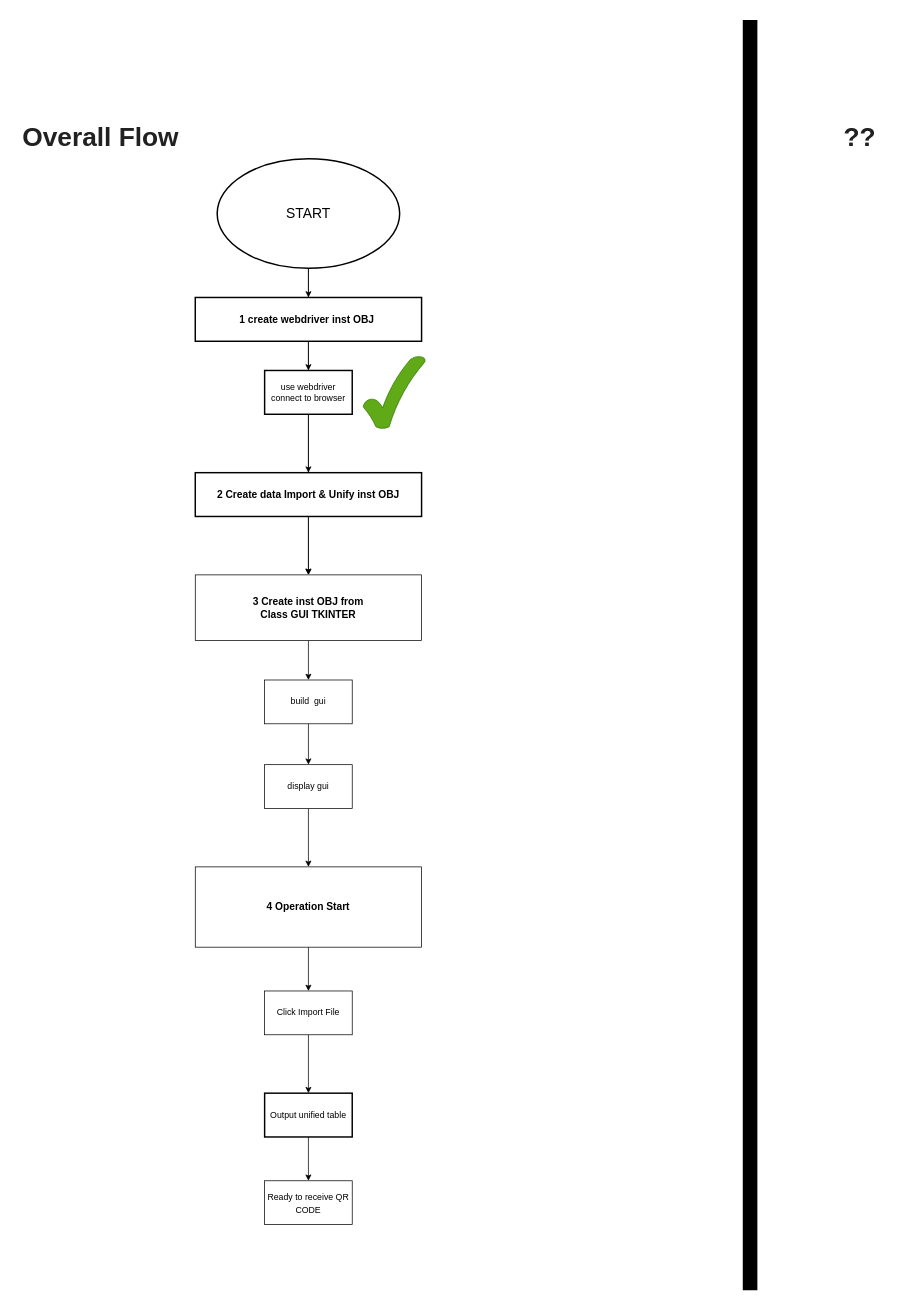
Before: projects/auto_sn/flowchart.drawio in iHaveNoKnowledge/Python, a draw.io diagram. Source tidied: cells renumbered, new cells numbered last; positions are measured from the earlier drawing's top-left corner, leaving out a move shared by most shapes. Both pictures are drawn from the tidied source at 73%, with x=0, y=0 at pixel (12, 20).
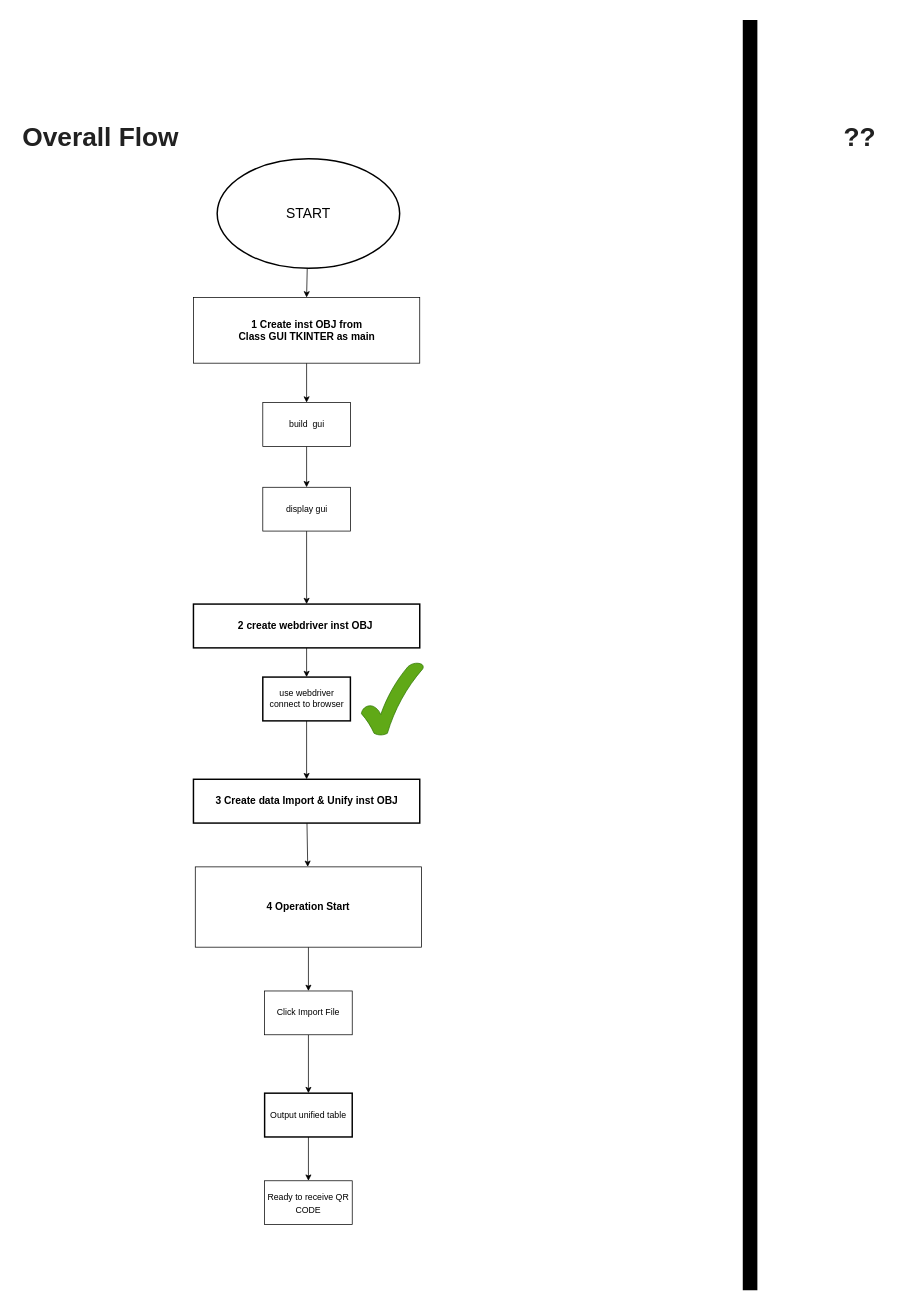
The same diagram, later.

The change refers to these unchanged cells:
```xml
<mxCell id="4" value="&lt;font style=&quot;font-size: 19px;&quot;&gt;START&lt;/font&gt;" style="strokeWidth=2;html=1;shape=mxgraph.flowchart.start_1;whiteSpace=wrap;" parent="1" vertex="1">
  <mxGeometry x="280" y="190" width="250" height="150" as="geometry" />
</mxCell>
<mxCell id="12" value="&lt;font style=&quot;font-size: 14px;&quot;&gt;&lt;b&gt;4 Operation Start&lt;/b&gt;&lt;/font&gt;" style="whiteSpace=wrap;html=1;rounded=0;" parent="1" vertex="1">
  <mxGeometry x="250" y="1160" width="310" height="110" as="geometry" />
</mxCell>
```

The edit, as a diff of the source:
```diff
@@
-    <mxCell id="2" style="edgeStyle=none;html=1;entryX=0.5;entryY=0;entryDx=0;entryDy=0;" parent="1" edge="1" source="4" target="6">
+    <mxCell id="2" style="edgeStyle=none;html=1;entryX=0.5;entryY=0;entryDx=0;entryDy=0;strokeColor=#000000;" parent="1" edge="1" source="4" target="6">
       <mxGeometry relative="1" as="geometry" />
     </mxCell>
-    <mxCell id="3" style="edgeStyle=none;html=1;strokeColor=#000000;" parent="1" edge="1" source="4" target="14">
-      <mxGeometry relative="1" as="geometry" />
-    </mxCell>
@@
-    <mxCell id="6" value="&lt;font style=&quot;font-size: 14px;&quot;&gt;&lt;b&gt;3 Create inst OBJ from&lt;br&gt;Class GUI TKINTER&lt;/b&gt;&lt;/font&gt;" style="rounded=0;whiteSpace=wrap;html=1;" parent="1" vertex="1">
-      <mxGeometry x="250" y="760" width="310" height="90" as="geometry" />
+    <mxCell id="6" value="&lt;font style=&quot;font-size: 14px;&quot;&gt;&lt;b&gt;1 Create inst OBJ from&lt;br&gt;Class GUI TKINTER as main&lt;/b&gt;&lt;/font&gt;" style="rounded=0;whiteSpace=wrap;html=1;" parent="1" vertex="1">
+      <mxGeometry x="247.5" y="380" width="310" height="90" as="geometry" />
     </mxCell>
@@
     <mxCell id="8" value="build&amp;nbsp; gui" style="whiteSpace=wrap;html=1;rounded=0;" parent="1" vertex="1">
-      <mxGeometry x="345" y="904" width="120" height="60" as="geometry" />
+      <mxGeometry x="342.5" y="524" width="120" height="60" as="geometry" />
     </mxCell>
-    <mxCell id="9" style="edgeStyle=none;html=1;strokeColor=#000000;" parent="1" edge="1" source="10" target="12">
-      <mxGeometry relative="1" as="geometry" />
-    </mxCell>
+    <mxCell id="28" style="edgeStyle=none;html=1;strokeColor=#000000;" parent="1" edge="1" source="10" target="14">
+      <mxGeometry relative="1" as="geometry" />
+    </mxCell>
     <mxCell id="10" value="display gui" style="whiteSpace=wrap;html=1;rounded=0;" parent="1" vertex="1">
-      <mxGeometry x="345" y="1020" width="120" height="60" as="geometry" />
+      <mxGeometry x="342.5" y="640" width="120" height="60" as="geometry" />
     </mxCell>
@@
-    <mxCell id="14" value="&lt;font style=&quot;font-size: 14px;&quot;&gt;&lt;b&gt;1 create webdriver inst OBJ&amp;nbsp;&lt;/b&gt;&lt;/font&gt;" style="whiteSpace=wrap;html=1;strokeWidth=2;" parent="1" vertex="1">
-      <mxGeometry x="250" y="380" width="310" height="60" as="geometry" />
+    <mxCell id="14" value="&lt;font style=&quot;font-size: 14px;&quot;&gt;&lt;b&gt;2 create webdriver inst OBJ&amp;nbsp;&lt;/b&gt;&lt;/font&gt;" style="whiteSpace=wrap;html=1;strokeWidth=2;" parent="1" vertex="1">
+      <mxGeometry x="247.5" y="800" width="310" height="60" as="geometry" />
     </mxCell>
@@
     <mxCell id="16" value="use webdriver connect to browser" style="whiteSpace=wrap;html=1;strokeWidth=2;" parent="1" vertex="1">
-      <mxGeometry x="345" y="480" width="120" height="60" as="geometry" />
+      <mxGeometry x="342.5" y="900" width="120" height="60" as="geometry" />
     </mxCell>
-    <mxCell id="17" style="edgeStyle=none;html=1;strokeColor=#000000;fontSize=14;" parent="1" edge="1" source="18" target="6">
-      <mxGeometry relative="1" as="geometry" />
-    </mxCell>
+    <mxCell id="29" style="edgeStyle=none;html=1;strokeColor=#000000;" parent="1" edge="1" source="18" target="12">
+      <mxGeometry relative="1" as="geometry" />
+    </mxCell>
-    <mxCell id="18" value="&lt;font style=&quot;font-size: 14px;&quot;&gt;&lt;b&gt;2 Create data Import &amp;amp; Unify inst OBJ&lt;/b&gt;&lt;/font&gt;" style="whiteSpace=wrap;html=1;strokeWidth=2;" parent="1" vertex="1">
-      <mxGeometry x="250" y="620" width="310" height="60" as="geometry" />
+    <mxCell id="18" value="&lt;font style=&quot;font-size: 14px;&quot;&gt;&lt;b&gt;3 Create data Import &amp;amp; Unify inst OBJ&lt;/b&gt;&lt;/font&gt;" style="whiteSpace=wrap;html=1;strokeWidth=2;" parent="1" vertex="1">
+      <mxGeometry x="247.5" y="1040" width="310" height="60" as="geometry" />
     </mxCell>
@@
     <mxCell id="27" style="verticalLabelPosition=bottom;verticalAlign=top;html=1;shape=mxgraph.basic.tick;strokeColor=#2D7600;fontSize=36;fontColor=#ffffff;fillColor=#60a917;" parent="1" vertex="1">
-      <mxGeometry x="480" y="460" width="85" height="100" as="geometry" />
+      <mxGeometry x="477.5" y="880" width="85" height="100" as="geometry" />
     </mxCell>
```
